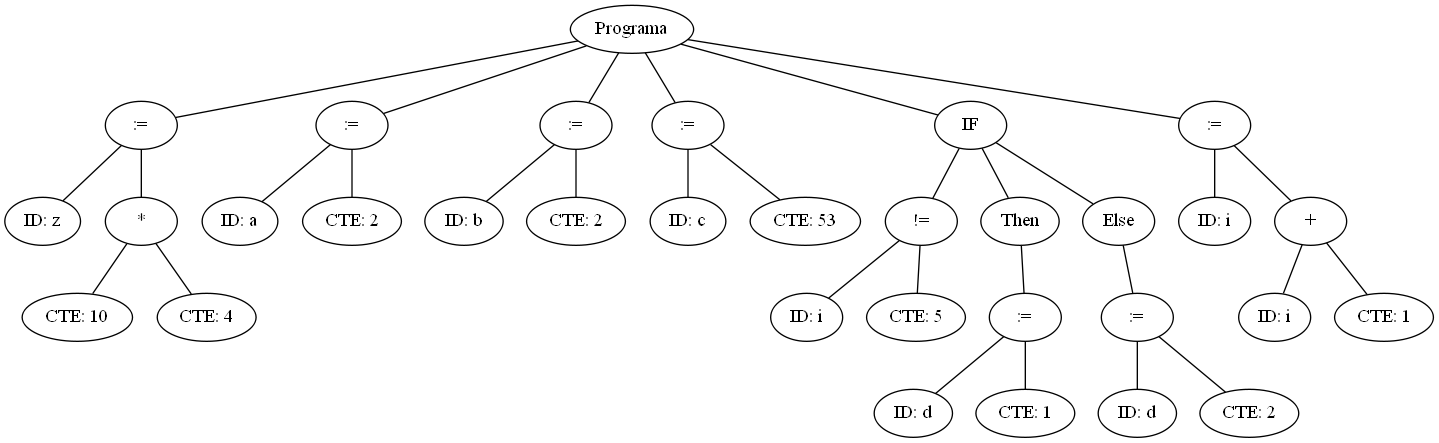
Above: AnalizadorLexico/arbolito.png in JosueGaticaOdato/Integrador-TEOI (Graphviz), before the change. Its source is kept beside it as AnalizadorLexico/arbolito.dot.
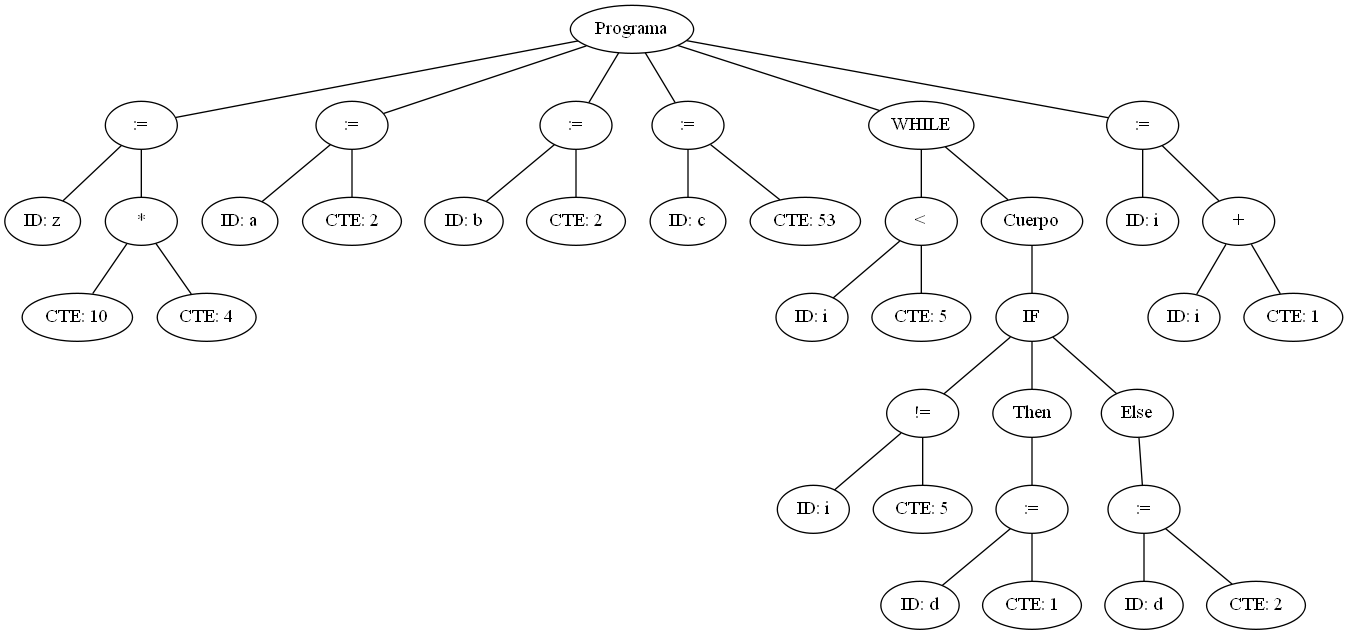
The same diagram one commit later.

Commit message:
Arbol de While

The edit, as a diff of the source:
```diff
@@ -1,64 +1,74 @@
 graph G {nodo_programa [label="Programa"]
-nodo_1452126962 [label=":="]
-nodo_programa -- nodo_1452126962
-nodo_2093176254 [label="ID: z"]
-nodo_1452126962 -- nodo_2093176254
-nodo_1854731462 [label="*"]
-nodo_1452126962 -- nodo_1854731462
-nodo_317574433 [label="CTE: 10"]
-nodo_1854731462 -- nodo_317574433
-nodo_885284298 [label="CTE: 4"]
-nodo_1854731462 -- nodo_885284298
-nodo_1721931908 [label=":="]
-nodo_programa -- nodo_1721931908
-nodo_1198108795 [label="ID: a"]
-nodo_1721931908 -- nodo_1198108795
-nodo_214126413 [label="CTE: 2"]
-nodo_1721931908 -- nodo_214126413
-nodo_396873410 [label=":="]
-nodo_programa -- nodo_396873410
-nodo_1706234378 [label="ID: b"]
-nodo_396873410 -- nodo_1706234378
-nodo_1867750575 [label="CTE: 2"]
-nodo_396873410 -- nodo_1867750575
-nodo_2046562095 [label=":="]
-nodo_programa -- nodo_2046562095
-nodo_1342443276 [label="ID: c"]
-nodo_2046562095 -- nodo_1342443276
-nodo_769287236 [label="CTE: 53"]
-nodo_2046562095 -- nodo_769287236
-nodo_1587487668 [label="IF"]
-nodo_programa -- nodo_1587487668
-nodo_1199823423 [label="!="]
-nodo_1587487668 -- nodo_1199823423
-nodo_932172204 [label="ID: i"]
+nodo_931919113 [label=":="]
+nodo_programa -- nodo_931919113
+nodo_1854731462 [label="ID: z"]
+nodo_931919113 -- nodo_1854731462
+nodo_317574433 [label="*"]
+nodo_931919113 -- nodo_317574433
+nodo_885284298 [label="CTE: 10"]
+nodo_317574433 -- nodo_885284298
+nodo_1389133897 [label="CTE: 4"]
+nodo_317574433 -- nodo_1389133897
+nodo_1198108795 [label=":="]
+nodo_programa -- nodo_1198108795
+nodo_214126413 [label="ID: a"]
+nodo_1198108795 -- nodo_214126413
+nodo_396873410 [label="CTE: 2"]
+nodo_1198108795 -- nodo_396873410
+nodo_1706234378 [label=":="]
+nodo_programa -- nodo_1706234378
+nodo_1867750575 [label="ID: b"]
+nodo_1706234378 -- nodo_1867750575
+nodo_2046562095 [label="CTE: 2"]
+nodo_1706234378 -- nodo_2046562095
+nodo_1342443276 [label=":="]
+nodo_programa -- nodo_1342443276
+nodo_769287236 [label="ID: c"]
+nodo_1342443276 -- nodo_769287236
+nodo_1587487668 [label="CTE: 53"]
+nodo_1342443276 -- nodo_1587487668
+nodo_1199823423 [label="WHILE"]
+nodo_programa -- nodo_1199823423
+nodo_932172204 [label="<"]
 nodo_1199823423 -- nodo_932172204
-nodo_1225358173 [label="CTE: 5"]
-nodo_1199823423 -- nodo_1225358173
-nodo_1848402763 [label="Then"]
-nodo_1587487668 -- nodo_1848402763
-nodo_933699219 [label=":="]
-nodo_1848402763 -- nodo_933699219
-nodo_2121055098 [label="ID: d"]
+nodo_1225358173 [label="ID: i"]
+nodo_932172204 -- nodo_1225358173
+nodo_1848402763 [label="CTE: 5"]
+nodo_932172204 -- nodo_1848402763
+nodo_933699219 [label="Cuerpo"]
+nodo_1199823423 -- nodo_933699219
+nodo_2121055098 [label="IF"]
 nodo_933699219 -- nodo_2121055098
-nodo_2084435065 [label="CTE: 1"]
-nodo_933699219 -- nodo_2084435065
-nodo_1896277646 [label="Else"]
-nodo_1587487668 -- nodo_1896277646
-nodo_2128227771 [label=":="]
-nodo_1896277646 -- nodo_2128227771
-nodo_1702297201 [label="ID: d"]
-nodo_2128227771 -- nodo_1702297201
-nodo_1996181658 [label="CTE: 2"]
-nodo_2128227771 -- nodo_1996181658
-nodo_806353501 [label=":="]
-nodo_programa -- nodo_806353501
-nodo_521645586 [label="ID: i"]
-nodo_806353501 -- nodo_521645586
-nodo_1296064247 [label="+"]
-nodo_806353501 -- nodo_1296064247
-nodo_1637070917 [label="ID: i"]
+nodo_2084435065 [label="!="]
+nodo_2121055098 -- nodo_2084435065
+nodo_1896277646 [label="ID: i"]
+nodo_2084435065 -- nodo_1896277646
+nodo_2128227771 [label="CTE: 5"]
+nodo_2084435065 -- nodo_2128227771
+nodo_1702297201 [label="Then"]
+nodo_2121055098 -- nodo_1702297201
+nodo_1996181658 [label=":="]
+nodo_1702297201 -- nodo_1996181658
+nodo_806353501 [label="ID: d"]
+nodo_1996181658 -- nodo_806353501
+nodo_521645586 [label="CTE: 1"]
+nodo_1996181658 -- nodo_521645586
+nodo_1296064247 [label="Else"]
+nodo_2121055098 -- nodo_1296064247
+nodo_1637070917 [label=":="]
 nodo_1296064247 -- nodo_1637070917
-nodo_780237624 [label="CTE: 1"]
-nodo_1296064247 -- nodo_780237624
+nodo_780237624 [label="ID: d"]
+nodo_1637070917 -- nodo_780237624
+nodo_205797316 [label="CTE: 2"]
+nodo_1637070917 -- nodo_205797316
+nodo_1128032093 [label=":="]
+nodo_programa -- nodo_1128032093
+nodo_1066516207 [label="ID: i"]
+nodo_1128032093 -- nodo_1066516207
+nodo_443308702 [label="+"]
+nodo_1128032093 -- nodo_443308702
+nodo_935044096 [label="ID: i"]
+nodo_443308702 -- nodo_935044096
+nodo_396180261 [label="CTE: 1"]
+nodo_443308702 -- nodo_396180261
 }
```
